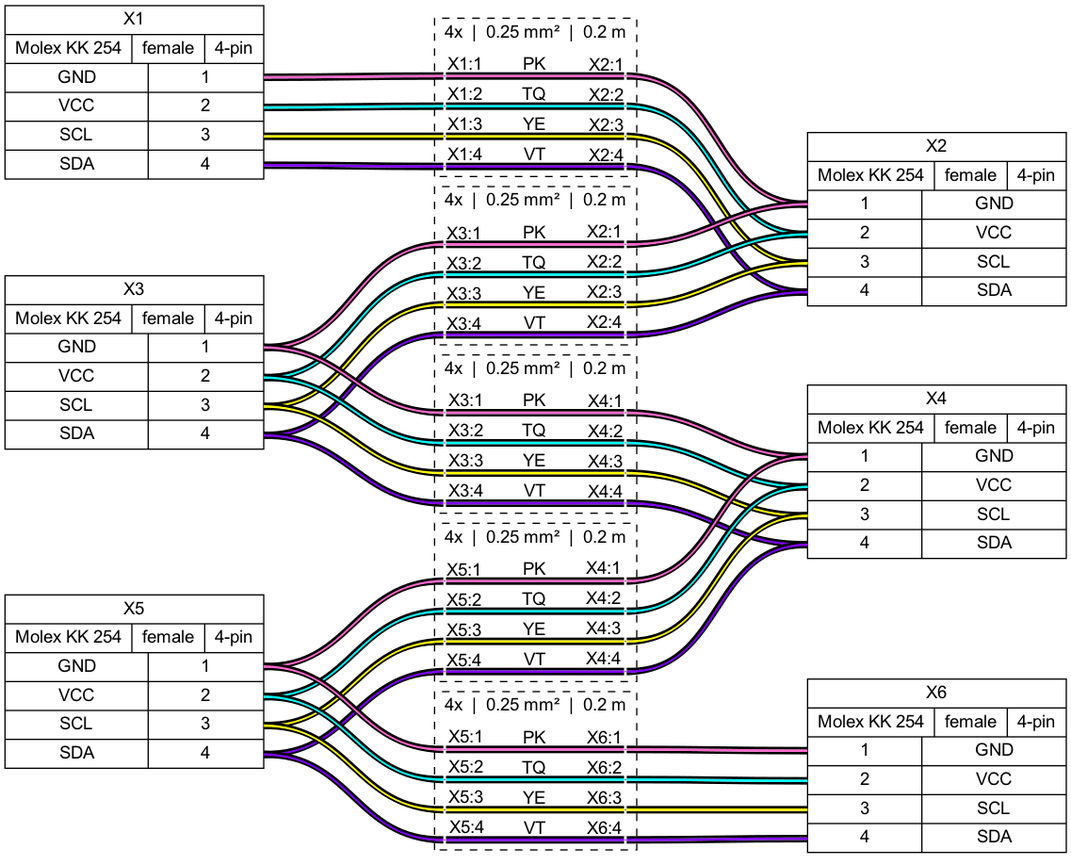
The Graphviz diagram examples/ex06.png in wireviz/WireViz, before a commit. Its source is kept beside it as examples/ex06.gv. Source of this version:
```dot
graph {
	graph [bgcolor=transparent fontname=arial nodesep=0.33 rankdir=LR ranksep=2]
	node [fillcolor=white fontname=arial shape=record style=filled]
	edge [fontname=arial style=bold]
	X1 [label="X1|{Molex KK 254|female|4-pin}|{{GND|VCC|SCL|SDA}|{<p1r>1|<p2r>2|<p3r>3|<p4r>4}}"]
	X2 [label="X2|{Molex KK 254|female|4-pin}|{{<p1l>1|<p2l>2|<p3l>3|<p4l>4}|{GND|VCC|SCL|SDA}}"]
	X3 [label="X3|{Molex KK 254|female|4-pin}|{{GND|VCC|SCL|SDA}|{<p1r>1|<p2r>2|<p3r>3|<p4r>4}}"]
	X4 [label="X4|{Molex KK 254|female|4-pin}|{{<p1l>1|<p2l>2|<p3l>3|<p4l>4}|{GND|VCC|SCL|SDA}}"]
	X5 [label="X5|{Molex KK 254|female|4-pin}|{{GND|VCC|SCL|SDA}|{<p1r>1|<p2r>2|<p3r>3|<p4r>4}}"]
	X6 [label="X6|{Molex KK 254|female|4-pin}|{{<p1l>1|<p2l>2|<p3l>3|<p4l>4}|{GND|VCC|SCL|SDA}}"]
	subgraph cluster_W1 {
		graph [fillcolor=white label="4x  |  0.25 mm²  |  0.2 m
 " style="filled, dashed"]
		node [fixedsize=true height=0 label="" shape=point width=0]
		W1_w1l
		W1_w1r
		W1_w2l
		W1_w2r
		W1_w3l
		W1_w3r
		W1_w4l
		W1_w4r
	}
	edge [color="#000000:#ff66cc:#000000"]
	W1_w1l -- W1_w1r [labelangle=60 labeldist=0 taillabel="                                   PK"]
	X1:p1r -- W1_w1l:w [headlabel="            X1:1" labelangle=-60 labeldist=0]
	W1_w1r:e -- X2:p1l [labelangle=60 labeldist=0 taillabel="X2:1            "]
	edge [color="#000000:#00ffff:#000000"]
	W1_w2l -- W1_w2r [labelangle=60 labeldist=0 taillabel="                                   TQ"]
	X1:p2r -- W1_w2l:w [headlabel="            X1:2" labelangle=-60 labeldist=0]
	W1_w2r:e -- X2:p2l [labelangle=60 labeldist=0 taillabel="X2:2            "]
	edge [color="#000000:#ffff00:#000000"]
	W1_w3l -- W1_w3r [labelangle=60 labeldist=0 taillabel="                                   YE"]
	X1:p3r -- W1_w3l:w [headlabel="            X1:3" labelangle=-60 labeldist=0]
	W1_w3r:e -- X2:p3l [labelangle=60 labeldist=0 taillabel="X2:3            "]
	edge [color="#000000:#8000ff:#000000"]
	W1_w4l -- W1_w4r [labelangle=60 labeldist=0 taillabel="                                   VT"]
	X1:p4r -- W1_w4l:w [headlabel="            X1:4" labelangle=-60 labeldist=0]
	W1_w4r:e -- X2:p4l [labelangle=60 labeldist=0 taillabel="X2:4            "]
	subgraph cluster_W2 {
		graph [fillcolor=white label="4x  |  0.25 mm²  |  0.2 m
 " style="filled, dashed"]
		node [fixedsize=true height=0 label="" shape=point width=0]
		W2_w1l
		W2_w1r
		W2_w2l
		W2_w2r
		W2_w3l
		W2_w3r
		W2_w4l
		W2_w4r
	}
	edge [color="#000000:#ff66cc:#000000"]
	W2_w1l -- W2_w1r [labelangle=60 labeldist=0 taillabel="                                   PK"]
	X3:p1r -- W2_w1l:w [headlabel="            X3:1" labelangle=-60 labeldist=0]
	W2_w1r:e -- X2:p1l [labelangle=60 labeldist=0 taillabel="X2:1            "]
	edge [color="#000000:#00ffff:#000000"]
	W2_w2l -- W2_w2r [labelangle=60 labeldist=0 taillabel="                                   TQ"]
	X3:p2r -- W2_w2l:w [headlabel="            X3:2" labelangle=-60 labeldist=0]
	W2_w2r:e -- X2:p2l [labelangle=60 labeldist=0 taillabel="X2:2            "]
	edge [color="#000000:#ffff00:#000000"]
	W2_w3l -- W2_w3r [labelangle=60 labeldist=0 taillabel="                                   YE"]
	X3:p3r -- W2_w3l:w [headlabel="            X3:3" labelangle=-60 labeldist=0]
	W2_w3r:e -- X2:p3l [labelangle=60 labeldist=0 taillabel="X2:3            "]
	edge [color="#000000:#8000ff:#000000"]
	W2_w4l -- W2_w4r [labelangle=60 labeldist=0 taillabel="                                   VT"]
	X3:p4r -- W2_w4l:w [headlabel="            X3:4" labelangle=-60 labeldist=0]
	W2_w4r:e -- X2:p4l [labelangle=60 labeldist=0 taillabel="X2:4            "]
	subgraph cluster_W3 {
		graph [fillcolor=white label="4x  |  0.25 mm²  |  0.2 m
 " style="filled, dashed"]
		node [fixedsize=true height=0 label="" shape=point width=0]
		W3_w1l
		W3_w1r
		W3_w2l
		W3_w2r
		W3_w3l
		W3_w3r
		W3_w4l
		W3_w4r
	}
	edge [color="#000000:#ff66cc:#000000"]
	W3_w1l -- W3_w1r [labelangle=60 labeldist=0 taillabel="                                   PK"]
	X3:p1r -- W3_w1l:w [headlabel="            X3:1" labelangle=-60 labeldist=0]
	W3_w1r:e -- X4:p1l [labelangle=60 labeldist=0 taillabel="X4:1            "]
	edge [color="#000000:#00ffff:#000000"]
	W3_w2l -- W3_w2r [labelangle=60 labeldist=0 taillabel="                                   TQ"]
	X3:p2r -- W3_w2l:w [headlabel="            X3:2" labelangle=-60 labeldist=0]
	W3_w2r:e -- X4:p2l [labelangle=60 labeldist=0 taillabel="X4:2            "]
	edge [color="#000000:#ffff00:#000000"]
	W3_w3l -- W3_w3r [labelangle=60 labeldist=0 taillabel="                                   YE"]
	X3:p3r -- W3_w3l:w [headlabel="            X3:3" labelangle=-60 labeldist=0]
	W3_w3r:e -- X4:p3l [labelangle=60 labeldist=0 taillabel="X4:3            "]
	edge [color="#000000:#8000ff:#000000"]
	W3_w4l -- W3_w4r [labelangle=60 labeldist=0 taillabel="                                   VT"]
	X3:p4r -- W3_w4l:w [headlabel="            X3:4" labelangle=-60 labeldist=0]
	W3_w4r:e -- X4:p4l [labelangle=60 labeldist=0 taillabel="X4:4            "]
	subgraph cluster_W4 {
		graph [fillcolor=white label="4x  |  0.25 mm²  |  0.2 m
 " style="filled, dashed"]
		node [fixedsize=true height=0 label="" shape=point width=0]
		W4_w1l
		W4_w1r
		W4_w2l
		W4_w2r
		W4_w3l
		W4_w3r
		W4_w4l
		W4_w4r
	}
	edge [color="#000000:#ff66cc:#000000"]
	W4_w1l -- W4_w1r [labelangle=60 labeldist=0 taillabel="                                   PK"]
	X5:p1r -- W4_w1l:w [headlabel="            X5:1" labelangle=-60 labeldist=0]
	W4_w1r:e -- X4:p1l [labelangle=60 labeldist=0 taillabel="X4:1            "]
	edge [color="#000000:#00ffff:#000000"]
	W4_w2l -- W4_w2r [labelangle=60 labeldist=0 taillabel="                                   TQ"]
	X5:p2r -- W4_w2l:w [headlabel="            X5:2" labelangle=-60 labeldist=0]
	W4_w2r:e -- X4:p2l [labelangle=60 labeldist=0 taillabel="X4:2            "]
	edge [color="#000000:#ffff00:#000000"]
	W4_w3l -- W4_w3r [labelangle=60 labeldist=0 taillabel="                                   YE"]
	X5:p3r -- W4_w3l:w [headlabel="            X5:3" labelangle=-60 labeldist=0]
	W4_w3r:e -- X4:p3l [labelangle=60 labeldist=0 taillabel="X4:3            "]
	edge [color="#000000:#8000ff:#000000"]
	W4_w4l -- W4_w4r [labelangle=60 labeldist=0 taillabel="                                   VT"]
	X5:p4r -- W4_w4l:w [headlabel="            X5:4" labelangle=-60 labeldist=0]
	W4_w4r:e -- X4:p4l [labelangle=60 labeldist=0 taillabel="X4:4            "]
	subgraph cluster_W5 {
		graph [fillcolor=white label="4x  |  0.25 mm²  |  0.2 m
 " style="filled, dashed"]
		node [fixedsize=true height=0 label="" shape=point width=0]
		W5_w1l
		W5_w1r
		W5_w2l
		W5_w2r
		W5_w3l
		W5_w3r
		W5_w4l
		W5_w4r
	}
	edge [color="#000000:#ff66cc:#000000"]
	W5_w1l -- W5_w1r [labelangle=60 labeldist=0 taillabel="                                   PK"]
	X5:p1r -- W5_w1l:w [headlabel="            X5:1" labelangle=-60 labeldist=0]
	W5_w1r:e -- X6:p1l [labelangle=60 labeldist=0 taillabel="X6:1            "]
	edge [color="#000000:#00ffff:#000000"]
	W5_w2l -- W5_w2r [labelangle=60 labeldist=0 taillabel="                                   TQ"]
	X5:p2r -- W5_w2l:w [headlabel="            X5:2" labelangle=-60 labeldist=0]
	W5_w2r:e -- X6:p2l [labelangle=60 labeldist=0 taillabel="X6:2            "]
	edge [color="#000000:#ffff00:#000000"]
	W5_w3l -- W5_w3r [labelangle=60 labeldist=0 taillabel="                                   YE"]
	X5:p3r -- W5_w3l:w [headlabel="            X5:3" labelangle=-60 labeldist=0]
	W5_w3r:e -- X6:p3l [labelangle=60 labeldist=0 taillabel="X6:3            "]
	edge [color="#000000:#8000ff:#000000"]
	W5_w4l -- W5_w4r [labelangle=60 labeldist=0 taillabel="                                   VT"]
	X5:p4r -- W5_w4l:w [headlabel="            X5:4" labelangle=-60 labeldist=0]
	W5_w4r:e -- X6:p4l [labelangle=60 labeldist=0 taillabel="X6:4            "]
}
```
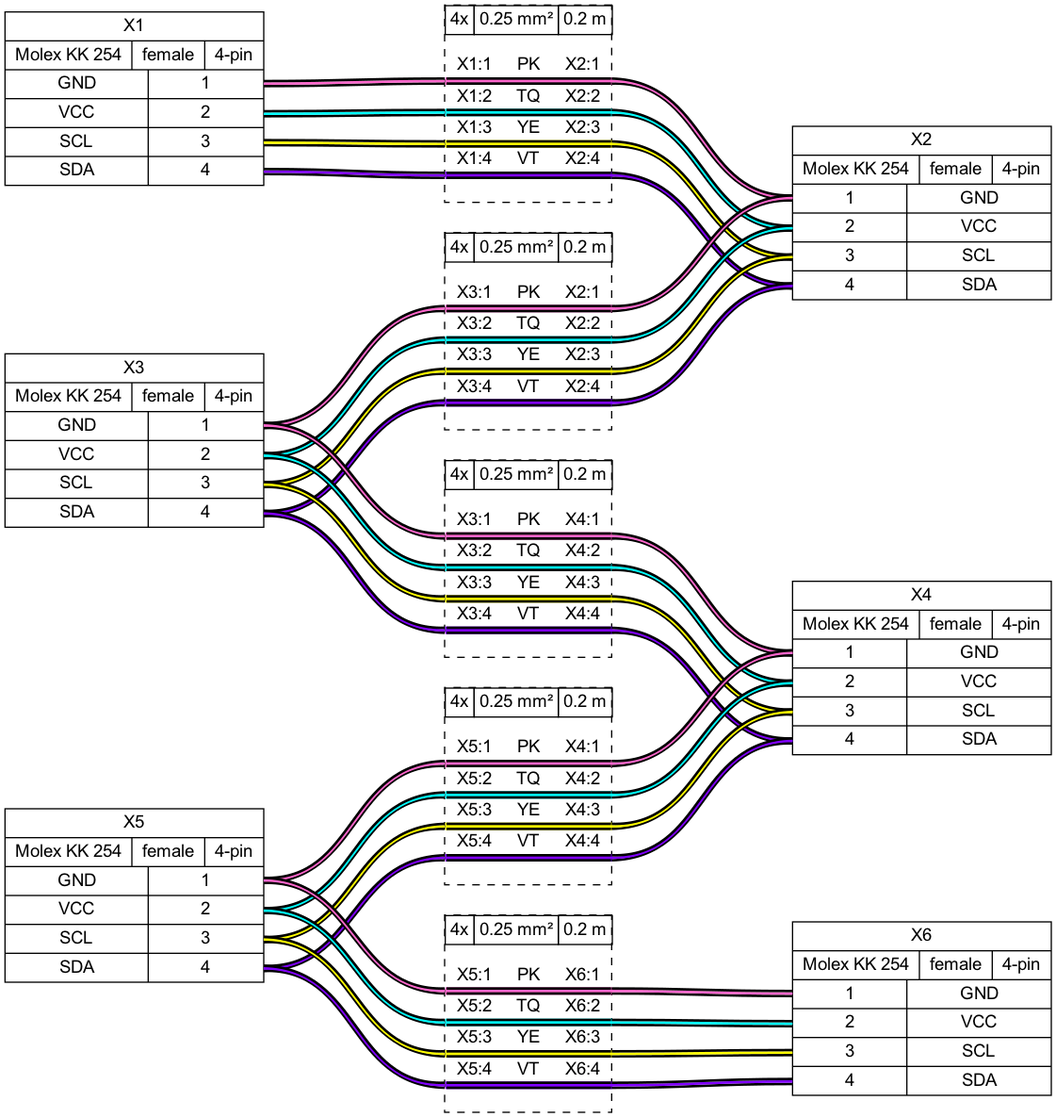
The same file after the commit.

What changed in the source:
```diff
@@ -1,5 +1,5 @@
 graph {
-	graph [bgcolor=transparent fontname=arial nodesep=0.33 rankdir=LR ranksep=2]
+	graph [bgcolor=white fontname=arial nodesep=0.33 rankdir=LR ranksep=2]
 	node [fillcolor=white fontname=arial shape=record style=filled]
 	edge [fontname=arial style=bold]
 	X1 [label="X1|{Molex KK 254|female|4-pin}|{{GND|VCC|SCL|SDA}|{<p1r>1|<p2r>2|<p3r>3|<p4r>4}}"]
@@ -8,149 +8,69 @@
 	X4 [label="X4|{Molex KK 254|female|4-pin}|{{<p1l>1|<p2l>2|<p3l>3|<p4l>4}|{GND|VCC|SCL|SDA}}"]
 	X5 [label="X5|{Molex KK 254|female|4-pin}|{{GND|VCC|SCL|SDA}|{<p1r>1|<p2r>2|<p3r>3|<p4r>4}}"]
 	X6 [label="X6|{Molex KK 254|female|4-pin}|{{<p1l>1|<p2l>2|<p3l>3|<p4l>4}|{GND|VCC|SCL|SDA}}"]
-	subgraph cluster_W1 {
-		graph [fillcolor=white label="4x  |  0.25 mm²  |  0.2 m
- " style="filled, dashed"]
-		node [fixedsize=true height=0 label="" shape=point width=0]
-		W1_w1l
-		W1_w1r
-		W1_w2l
-		W1_w2r
-		W1_w3l
-		W1_w3r
-		W1_w4l
-		W1_w4r
-	}
 	edge [color="#000000:#ff66cc:#000000"]
-	W1_w1l -- W1_w1r [labelangle=60 labeldist=0 taillabel="                                   PK"]
-	X1:p1r -- W1_w1l:w [headlabel="            X1:1" labelangle=-60 labeldist=0]
-	W1_w1r:e -- X2:p1l [labelangle=60 labeldist=0 taillabel="X2:1            "]
+	X1:p1r:e -- W1:w1:w
+	W1:w1:e -- X2:p1l:w
 	edge [color="#000000:#00ffff:#000000"]
-	W1_w2l -- W1_w2r [labelangle=60 labeldist=0 taillabel="                                   TQ"]
-	X1:p2r -- W1_w2l:w [headlabel="            X1:2" labelangle=-60 labeldist=0]
-	W1_w2r:e -- X2:p2l [labelangle=60 labeldist=0 taillabel="X2:2            "]
+	X1:p2r:e -- W1:w2:w
+	W1:w2:e -- X2:p2l:w
 	edge [color="#000000:#ffff00:#000000"]
-	W1_w3l -- W1_w3r [labelangle=60 labeldist=0 taillabel="                                   YE"]
-	X1:p3r -- W1_w3l:w [headlabel="            X1:3" labelangle=-60 labeldist=0]
-	W1_w3r:e -- X2:p3l [labelangle=60 labeldist=0 taillabel="X2:3            "]
+	X1:p3r:e -- W1:w3:w
+	W1:w3:e -- X2:p3l:w
 	edge [color="#000000:#8000ff:#000000"]
-	W1_w4l -- W1_w4r [labelangle=60 labeldist=0 taillabel="                                   VT"]
-	X1:p4r -- W1_w4l:w [headlabel="            X1:4" labelangle=-60 labeldist=0]
-	W1_w4r:e -- X2:p4l [labelangle=60 labeldist=0 taillabel="X2:4            "]
-	subgraph cluster_W2 {
-		graph [fillcolor=white label="4x  |  0.25 mm²  |  0.2 m
- " style="filled, dashed"]
-		node [fixedsize=true height=0 label="" shape=point width=0]
-		W2_w1l
-		W2_w1r
-		W2_w2l
-		W2_w2r
-		W2_w3l
-		W2_w3r
-		W2_w4l
-		W2_w4r
-	}
+	X1:p4r:e -- W1:w4:w
+	W1:w4:e -- X2:p4l:w
+	W1 [label=<<table border="0" cellspacing="0" cellpadding="0"><tr><td><table border="0" cellspacing="0" cellpadding="3" cellborder="1"><tr><td>4x</td><td>0.25 mm²</td><td>0.2 m</td></tr></table></td></tr><tr><td>&nbsp;</td></tr><tr><td><table border="0" cellspacing="0" cellborder="0"><tr><td>X1:1</td><td>PK</td><td>X2:1</td></tr><tr><td colspan="3" cellpadding="0" height="6" bgcolor="#ff66cc" border="2" sides="tb" port="w1"></td></tr><tr><td>X1:2</td><td>TQ</td><td>X2:2</td></tr><tr><td colspan="3" cellpadding="0" height="6" bgcolor="#00ffff" border="2" sides="tb" port="w2"></td></tr><tr><td>X1:3</td><td>YE</td><td>X2:3</td></tr><tr><td colspan="3" cellpadding="0" height="6" bgcolor="#ffff00" border="2" sides="tb" port="w3"></td></tr><tr><td>X1:4</td><td>VT</td><td>X2:4</td></tr><tr><td colspan="3" cellpadding="0" height="6" bgcolor="#8000ff" border="2" sides="tb" port="w4"></td></tr><tr><td>&nbsp;</td></tr></table></td></tr></table>> fillcolor=white margin=0 shape=box style="filled,dashed"]
 	edge [color="#000000:#ff66cc:#000000"]
-	W2_w1l -- W2_w1r [labelangle=60 labeldist=0 taillabel="                                   PK"]
-	X3:p1r -- W2_w1l:w [headlabel="            X3:1" labelangle=-60 labeldist=0]
-	W2_w1r:e -- X2:p1l [labelangle=60 labeldist=0 taillabel="X2:1            "]
+	X3:p1r:e -- W2:w1:w
+	W2:w1:e -- X2:p1l:w
 	edge [color="#000000:#00ffff:#000000"]
-	W2_w2l -- W2_w2r [labelangle=60 labeldist=0 taillabel="                                   TQ"]
-	X3:p2r -- W2_w2l:w [headlabel="            X3:2" labelangle=-60 labeldist=0]
-	W2_w2r:e -- X2:p2l [labelangle=60 labeldist=0 taillabel="X2:2            "]
+	X3:p2r:e -- W2:w2:w
+	W2:w2:e -- X2:p2l:w
 	edge [color="#000000:#ffff00:#000000"]
-	W2_w3l -- W2_w3r [labelangle=60 labeldist=0 taillabel="                                   YE"]
-	X3:p3r -- W2_w3l:w [headlabel="            X3:3" labelangle=-60 labeldist=0]
-	W2_w3r:e -- X2:p3l [labelangle=60 labeldist=0 taillabel="X2:3            "]
+	X3:p3r:e -- W2:w3:w
+	W2:w3:e -- X2:p3l:w
 	edge [color="#000000:#8000ff:#000000"]
-	W2_w4l -- W2_w4r [labelangle=60 labeldist=0 taillabel="                                   VT"]
-	X3:p4r -- W2_w4l:w [headlabel="            X3:4" labelangle=-60 labeldist=0]
-	W2_w4r:e -- X2:p4l [labelangle=60 labeldist=0 taillabel="X2:4            "]
-	subgraph cluster_W3 {
-		graph [fillcolor=white label="4x  |  0.25 mm²  |  0.2 m
- " style="filled, dashed"]
-		node [fixedsize=true height=0 label="" shape=point width=0]
-		W3_w1l
-		W3_w1r
-		W3_w2l
-		W3_w2r
-		W3_w3l
-		W3_w3r
-		W3_w4l
-		W3_w4r
-	}
+	X3:p4r:e -- W2:w4:w
+	W2:w4:e -- X2:p4l:w
+	W2 [label=<<table border="0" cellspacing="0" cellpadding="0"><tr><td><table border="0" cellspacing="0" cellpadding="3" cellborder="1"><tr><td>4x</td><td>0.25 mm²</td><td>0.2 m</td></tr></table></td></tr><tr><td>&nbsp;</td></tr><tr><td><table border="0" cellspacing="0" cellborder="0"><tr><td>X3:1</td><td>PK</td><td>X2:1</td></tr><tr><td colspan="3" cellpadding="0" height="6" bgcolor="#ff66cc" border="2" sides="tb" port="w1"></td></tr><tr><td>X3:2</td><td>TQ</td><td>X2:2</td></tr><tr><td colspan="3" cellpadding="0" height="6" bgcolor="#00ffff" border="2" sides="tb" port="w2"></td></tr><tr><td>X3:3</td><td>YE</td><td>X2:3</td></tr><tr><td colspan="3" cellpadding="0" height="6" bgcolor="#ffff00" border="2" sides="tb" port="w3"></td></tr><tr><td>X3:4</td><td>VT</td><td>X2:4</td></tr><tr><td colspan="3" cellpadding="0" height="6" bgcolor="#8000ff" border="2" sides="tb" port="w4"></td></tr><tr><td>&nbsp;</td></tr></table></td></tr></table>> fillcolor=white margin=0 shape=box style="filled,dashed"]
 	edge [color="#000000:#ff66cc:#000000"]
-	W3_w1l -- W3_w1r [labelangle=60 labeldist=0 taillabel="                                   PK"]
-	X3:p1r -- W3_w1l:w [headlabel="            X3:1" labelangle=-60 labeldist=0]
-	W3_w1r:e -- X4:p1l [labelangle=60 labeldist=0 taillabel="X4:1            "]
+	X3:p1r:e -- W3:w1:w
+	W3:w1:e -- X4:p1l:w
 	edge [color="#000000:#00ffff:#000000"]
-	W3_w2l -- W3_w2r [labelangle=60 labeldist=0 taillabel="                                   TQ"]
-	X3:p2r -- W3_w2l:w [headlabel="            X3:2" labelangle=-60 labeldist=0]
-	W3_w2r:e -- X4:p2l [labelangle=60 labeldist=0 taillabel="X4:2            "]
+	X3:p2r:e -- W3:w2:w
+	W3:w2:e -- X4:p2l:w
 	edge [color="#000000:#ffff00:#000000"]
-	W3_w3l -- W3_w3r [labelangle=60 labeldist=0 taillabel="                                   YE"]
-	X3:p3r -- W3_w3l:w [headlabel="            X3:3" labelangle=-60 labeldist=0]
-	W3_w3r:e -- X4:p3l [labelangle=60 labeldist=0 taillabel="X4:3            "]
+	X3:p3r:e -- W3:w3:w
+	W3:w3:e -- X4:p3l:w
 	edge [color="#000000:#8000ff:#000000"]
-	W3_w4l -- W3_w4r [labelangle=60 labeldist=0 taillabel="                                   VT"]
-	X3:p4r -- W3_w4l:w [headlabel="            X3:4" labelangle=-60 labeldist=0]
-	W3_w4r:e -- X4:p4l [labelangle=60 labeldist=0 taillabel="X4:4            "]
-	subgraph cluster_W4 {
-		graph [fillcolor=white label="4x  |  0.25 mm²  |  0.2 m
- " style="filled, dashed"]
-		node [fixedsize=true height=0 label="" shape=point width=0]
-		W4_w1l
-		W4_w1r
-		W4_w2l
-		W4_w2r
-		W4_w3l
-		W4_w3r
-		W4_w4l
-		W4_w4r
-	}
+	X3:p4r:e -- W3:w4:w
+	W3:w4:e -- X4:p4l:w
+	W3 [label=<<table border="0" cellspacing="0" cellpadding="0"><tr><td><table border="0" cellspacing="0" cellpadding="3" cellborder="1"><tr><td>4x</td><td>0.25 mm²</td><td>0.2 m</td></tr></table></td></tr><tr><td>&nbsp;</td></tr><tr><td><table border="0" cellspacing="0" cellborder="0"><tr><td>X3:1</td><td>PK</td><td>X4:1</td></tr><tr><td colspan="3" cellpadding="0" height="6" bgcolor="#ff66cc" border="2" sides="tb" port="w1"></td></tr><tr><td>X3:2</td><td>TQ</td><td>X4:2</td></tr><tr><td colspan="3" cellpadding="0" height="6" bgcolor="#00ffff" border="2" sides="tb" port="w2"></td></tr><tr><td>X3:3</td><td>YE</td><td>X4:3</td></tr><tr><td colspan="3" cellpadding="0" height="6" bgcolor="#ffff00" border="2" sides="tb" port="w3"></td></tr><tr><td>X3:4</td><td>VT</td><td>X4:4</td></tr><tr><td colspan="3" cellpadding="0" height="6" bgcolor="#8000ff" border="2" sides="tb" port="w4"></td></tr><tr><td>&nbsp;</td></tr></table></td></tr></table>> fillcolor=white margin=0 shape=box style="filled,dashed"]
 	edge [color="#000000:#ff66cc:#000000"]
-	W4_w1l -- W4_w1r [labelangle=60 labeldist=0 taillabel="                                   PK"]
-	X5:p1r -- W4_w1l:w [headlabel="            X5:1" labelangle=-60 labeldist=0]
-	W4_w1r:e -- X4:p1l [labelangle=60 labeldist=0 taillabel="X4:1            "]
+	X5:p1r:e -- W4:w1:w
+	W4:w1:e -- X4:p1l:w
 	edge [color="#000000:#00ffff:#000000"]
-	W4_w2l -- W4_w2r [labelangle=60 labeldist=0 taillabel="                                   TQ"]
-	X5:p2r -- W4_w2l:w [headlabel="            X5:2" labelangle=-60 labeldist=0]
-	W4_w2r:e -- X4:p2l [labelangle=60 labeldist=0 taillabel="X4:2            "]
+	X5:p2r:e -- W4:w2:w
+	W4:w2:e -- X4:p2l:w
 	edge [color="#000000:#ffff00:#000000"]
-	W4_w3l -- W4_w3r [labelangle=60 labeldist=0 taillabel="                                   YE"]
-	X5:p3r -- W4_w3l:w [headlabel="            X5:3" labelangle=-60 labeldist=0]
-	W4_w3r:e -- X4:p3l [labelangle=60 labeldist=0 taillabel="X4:3            "]
+	X5:p3r:e -- W4:w3:w
+	W4:w3:e -- X4:p3l:w
 	edge [color="#000000:#8000ff:#000000"]
-	W4_w4l -- W4_w4r [labelangle=60 labeldist=0 taillabel="                                   VT"]
-	X5:p4r -- W4_w4l:w [headlabel="            X5:4" labelangle=-60 labeldist=0]
-	W4_w4r:e -- X4:p4l [labelangle=60 labeldist=0 taillabel="X4:4            "]
-	subgraph cluster_W5 {
-		graph [fillcolor=white label="4x  |  0.25 mm²  |  0.2 m
- " style="filled, dashed"]
-		node [fixedsize=true height=0 label="" shape=point width=0]
-		W5_w1l
-		W5_w1r
-		W5_w2l
-		W5_w2r
-		W5_w3l
-		W5_w3r
-		W5_w4l
-		W5_w4r
-	}
+	X5:p4r:e -- W4:w4:w
+	W4:w4:e -- X4:p4l:w
+	W4 [label=<<table border="0" cellspacing="0" cellpadding="0"><tr><td><table border="0" cellspacing="0" cellpadding="3" cellborder="1"><tr><td>4x</td><td>0.25 mm²</td><td>0.2 m</td></tr></table></td></tr><tr><td>&nbsp;</td></tr><tr><td><table border="0" cellspacing="0" cellborder="0"><tr><td>X5:1</td><td>PK</td><td>X4:1</td></tr><tr><td colspan="3" cellpadding="0" height="6" bgcolor="#ff66cc" border="2" sides="tb" port="w1"></td></tr><tr><td>X5:2</td><td>TQ</td><td>X4:2</td></tr><tr><td colspan="3" cellpadding="0" height="6" bgcolor="#00ffff" border="2" sides="tb" port="w2"></td></tr><tr><td>X5:3</td><td>YE</td><td>X4:3</td></tr><tr><td colspan="3" cellpadding="0" height="6" bgcolor="#ffff00" border="2" sides="tb" port="w3"></td></tr><tr><td>X5:4</td><td>VT</td><td>X4:4</td></tr><tr><td colspan="3" cellpadding="0" height="6" bgcolor="#8000ff" border="2" sides="tb" port="w4"></td></tr><tr><td>&nbsp;</td></tr></table></td></tr></table>> fillcolor=white margin=0 shape=box style="filled,dashed"]
 	edge [color="#000000:#ff66cc:#000000"]
-	W5_w1l -- W5_w1r [labelangle=60 labeldist=0 taillabel="                                   PK"]
-	X5:p1r -- W5_w1l:w [headlabel="            X5:1" labelangle=-60 labeldist=0]
-	W5_w1r:e -- X6:p1l [labelangle=60 labeldist=0 taillabel="X6:1            "]
+	X5:p1r:e -- W5:w1:w
+	W5:w1:e -- X6:p1l:w
 	edge [color="#000000:#00ffff:#000000"]
-	W5_w2l -- W5_w2r [labelangle=60 labeldist=0 taillabel="                                   TQ"]
-	X5:p2r -- W5_w2l:w [headlabel="            X5:2" labelangle=-60 labeldist=0]
-	W5_w2r:e -- X6:p2l [labelangle=60 labeldist=0 taillabel="X6:2            "]
+	X5:p2r:e -- W5:w2:w
+	W5:w2:e -- X6:p2l:w
 	edge [color="#000000:#ffff00:#000000"]
-	W5_w3l -- W5_w3r [labelangle=60 labeldist=0 taillabel="                                   YE"]
-	X5:p3r -- W5_w3l:w [headlabel="            X5:3" labelangle=-60 labeldist=0]
-	W5_w3r:e -- X6:p3l [labelangle=60 labeldist=0 taillabel="X6:3            "]
+	X5:p3r:e -- W5:w3:w
+	W5:w3:e -- X6:p3l:w
 	edge [color="#000000:#8000ff:#000000"]
-	W5_w4l -- W5_w4r [labelangle=60 labeldist=0 taillabel="                                   VT"]
-	X5:p4r -- W5_w4l:w [headlabel="            X5:4" labelangle=-60 labeldist=0]
-	W5_w4r:e -- X6:p4l [labelangle=60 labeldist=0 taillabel="X6:4            "]
+	X5:p4r:e -- W5:w4:w
+	W5:w4:e -- X6:p4l:w
+	W5 [label=<<table border="0" cellspacing="0" cellpadding="0"><tr><td><table border="0" cellspacing="0" cellpadding="3" cellborder="1"><tr><td>4x</td><td>0.25 mm²</td><td>0.2 m</td></tr></table></td></tr><tr><td>&nbsp;</td></tr><tr><td><table border="0" cellspacing="0" cellborder="0"><tr><td>X5:1</td><td>PK</td><td>X6:1</td></tr><tr><td colspan="3" cellpadding="0" height="6" bgcolor="#ff66cc" border="2" sides="tb" port="w1"></td></tr><tr><td>X5:2</td><td>TQ</td><td>X6:2</td></tr><tr><td colspan="3" cellpadding="0" height="6" bgcolor="#00ffff" border="2" sides="tb" port="w2"></td></tr><tr><td>X5:3</td><td>YE</td><td>X6:3</td></tr><tr><td colspan="3" cellpadding="0" height="6" bgcolor="#ffff00" border="2" sides="tb" port="w3"></td></tr><tr><td>X5:4</td><td>VT</td><td>X6:4</td></tr><tr><td colspan="3" cellpadding="0" height="6" bgcolor="#8000ff" border="2" sides="tb" port="w4"></td></tr><tr><td>&nbsp;</td></tr></table></td></tr></table>> fillcolor=white margin=0 shape=box style="filled,dashed"]
 }
```
